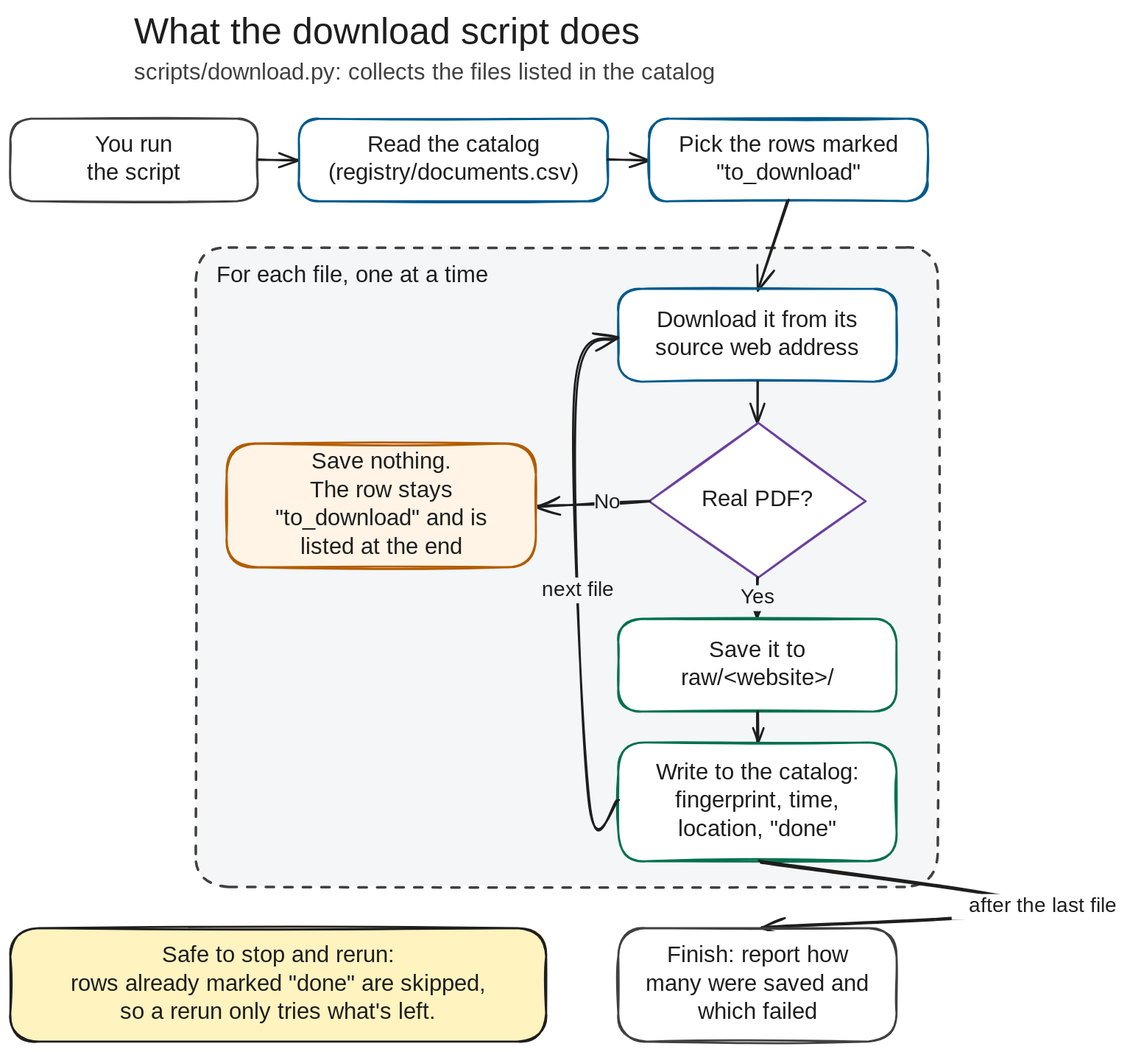
The Excalidraw diagram docs/diagrams/download-script.excalidraw.svg in alemarieceria/jbphh-dw-archive-pipeline, before a commit. Source tidied: one line per element, renumbered; positions are measured from the earlier drawing's top-left corner, leaving out a move shared by most shapes.
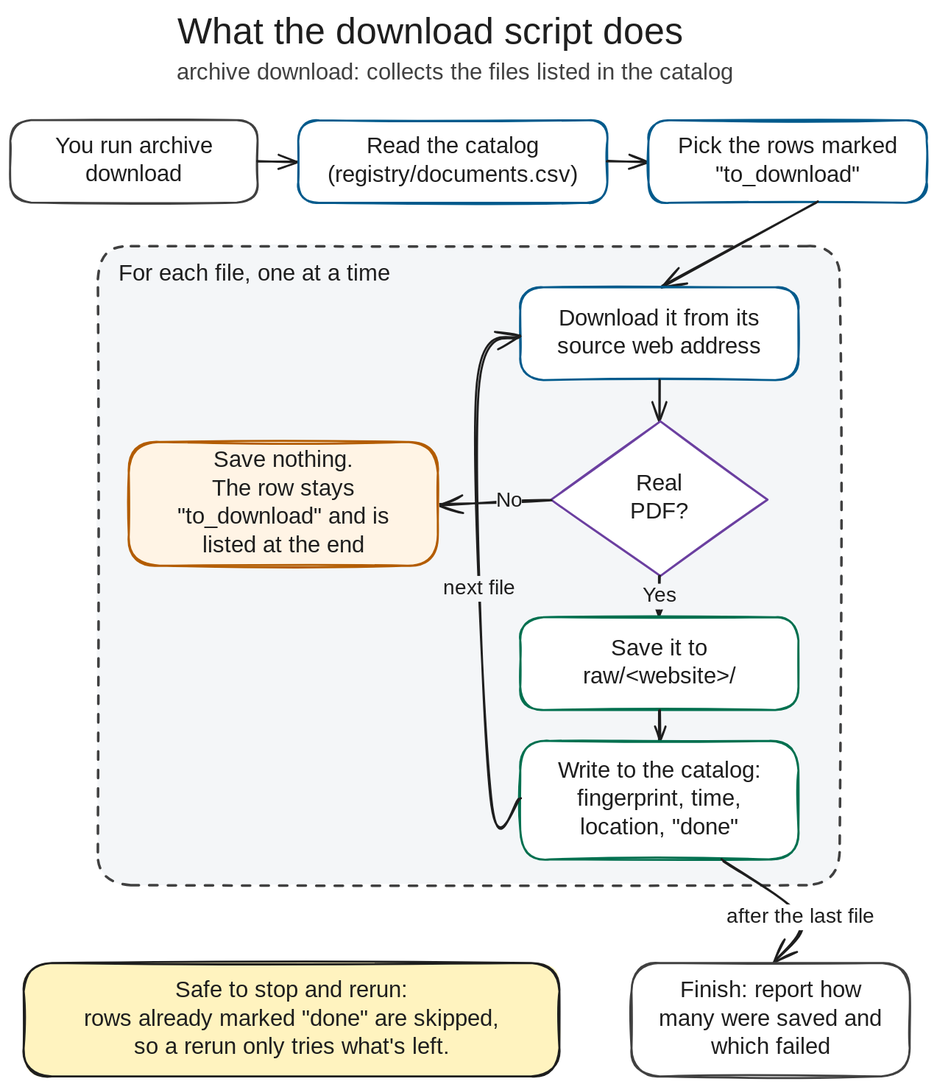
Later version of the same file.

Commit message:
docs: point the docs at the archive command

What changed in the source:
```diff
@@ -1,37 +1,37 @@
-{"id": 0, "type": "text", "text": "What the download script does", "strokeColor": "#1e1e1e", "strokeWidth": 2, "roughness": 1, "fontSize": 36, "fontFamily": 5, "x": 120, "y": 0, "width": 574, "height": 45}
+{"id": 0, "type": "text", "text": "What the download script does", "strokeColor": "#1e1e1e", "strokeWidth": 2, "roughness": 1, "fontSize": 36, "fontFamily": 5, "x": 133, "y": -2, "width": 574, "height": 45}
-{"id": 1, "type": "text", "text": "scripts/download.py: collects the files listed in the catalog", "strokeColor": "#404040", "strokeWidth": 2, "roughness": 1, "fontSize": 22, "fontFamily": 5, "x": 120, "y": 48, "width": 738, "height": 28}
+{"id": 1, "type": "text", "text": "archive download: collects the files listed in the catalog", "strokeColor": "#404040", "strokeWidth": 2, "roughness": 1, "fontSize": 22, "fontFamily": 5, "x": 133, "y": 46, "width": 602, "height": 28}
-{"id": 2, "type": "rectangle", "strokeColor": "#404040", "backgroundColor": "#ffffff", "fillStyle": "solid", "strokeWidth": 2, "roughness": 1, "round": true, "x": 0, "y": 105, "width": 240, "height": 80}
+{"id": 2, "type": "rectangle", "strokeColor": "#404040", "backgroundColor": "#ffffff", "fillStyle": "solid", "strokeWidth": 2, "roughness": 1, "round": true, "x": -28, "y": 105, "width": 240, "height": 80}
-{"id": 3, "type": "text", "text": "You run\nthe script", "strokeColor": "#1e1e1e", "strokeWidth": 2, "roughness": 1, "fontSize": 22, "fontFamily": 5, "textAlign": "center", "verticalAlign": "middle", "inside": 2, "x": 60, "y": 118, "width": 121, "height": 55}
+{"id": 3, "type": "text", "text": "You run archive\ndownload", "strokeColor": "#1e1e1e", "strokeWidth": 2, "roughness": 1, "fontSize": 22, "fontFamily": 5, "textAlign": "center", "verticalAlign": "middle", "inside": 2, "x": 11, "y": 117, "width": 161, "height": 55}
-{"id": 4, "type": "arrow", "strokeColor": "#1e1e1e", "strokeWidth": 2, "roughness": 1, "endArrowhead": "arrow", "round": true, "x": 240, "y": 145, "width": 40, "height": 0, "points": [[0, 0], [40, 0]]}
+{"id": 4, "type": "arrow", "strokeColor": "#1e1e1e", "strokeWidth": 2, "roughness": 1, "endArrowhead": "arrow", "round": true, "x": 211, "y": 145, "width": 40, "height": 0, "points": [[0, 0], [40, 0]]}
-{"id": 5, "type": "rectangle", "strokeColor": "#005a8c", "backgroundColor": "#ffffff", "fillStyle": "solid", "strokeWidth": 2, "roughness": 1, "round": true, "x": 280, "y": 105, "width": 300, "height": 80}
+{"id": 5, "type": "rectangle", "strokeColor": "#005a8c", "backgroundColor": "#ffffff", "fillStyle": "solid", "strokeWidth": 2, "roughness": 1, "round": true, "x": 251, "y": 105, "width": 300, "height": 80}
-{"id": 6, "type": "text", "text": "Read the catalog\n(registry/documents.csv)", "strokeColor": "#1e1e1e", "strokeWidth": 2, "roughness": 1, "fontSize": 22, "fontFamily": 5, "textAlign": "center", "verticalAlign": "middle", "inside": 5, "x": 285, "y": 118, "width": 290, "height": 55}
+{"id": 6, "type": "text", "text": "Read the catalog\n(registry/documents.csv)", "strokeColor": "#1e1e1e", "strokeWidth": 2, "roughness": 1, "fontSize": 22, "fontFamily": 5, "textAlign": "center", "verticalAlign": "middle", "inside": 5, "x": 269, "y": 117, "width": 265, "height": 55}
-{"id": 7, "type": "arrow", "strokeColor": "#1e1e1e", "strokeWidth": 2, "roughness": 1, "endArrowhead": "arrow", "round": true, "x": 580, "y": 145, "width": 40, "height": 0, "points": [[0, 0], [40, 0]]}
+{"id": 7, "type": "arrow", "strokeColor": "#1e1e1e", "strokeWidth": 2, "roughness": 1, "endArrowhead": "arrow", "round": true, "x": 551, "y": 145, "width": 40, "height": 0, "points": [[0, 0], [40, 0]]}
-{"id": 8, "type": "rectangle", "strokeColor": "#005a8c", "backgroundColor": "#ffffff", "fillStyle": "solid", "strokeWidth": 2, "roughness": 1, "round": true, "x": 620, "y": 105, "width": 270, "height": 80}
+{"id": 8, "type": "rectangle", "strokeColor": "#005a8c", "backgroundColor": "#ffffff", "fillStyle": "solid", "strokeWidth": 2, "roughness": 1, "round": true, "x": 591, "y": 105, "width": 270, "height": 80}
-{"id": 9, "type": "text", "text": "Pick the rows marked\n\"to_download\"", "strokeColor": "#1e1e1e", "strokeWidth": 2, "roughness": 1, "fontSize": 22, "fontFamily": 5, "textAlign": "center", "verticalAlign": "middle", "inside": 8, "x": 634, "y": 118, "width": 242, "height": 55}
+{"id": 9, "type": "text", "text": "Pick the rows marked\n\"to_download\"", "strokeColor": "#1e1e1e", "strokeWidth": 2, "roughness": 1, "fontSize": 22, "fontFamily": 5, "textAlign": "center", "verticalAlign": "middle", "inside": 8, "x": 612, "y": 117, "width": 229, "height": 55}
-{"id": 10, "type": "rectangle", "strokeColor": "#404040", "backgroundColor": "#f4f6f8", "fillStyle": "solid", "strokeWidth": 2, "strokeStyle": "dashed", "roughness": 1, "round": true, "x": 180, "y": 230, "width": 720, "height": 620}
+{"id": 10, "type": "rectangle", "strokeColor": "#404040", "backgroundColor": "#f4f6f8", "fillStyle": "solid", "strokeWidth": 2, "strokeStyle": "dashed", "roughness": 1, "round": true, "x": 57, "y": 227, "width": 720, "height": 620}
-{"id": 11, "type": "text", "text": "For each file, one at a time", "strokeColor": "#1e1e1e", "strokeWidth": 2, "roughness": 1, "fontSize": 22, "fontFamily": 5, "x": 200, "y": 244, "width": 339, "height": 28}
+{"id": 11, "type": "text", "text": "For each file, one at a time", "strokeColor": "#1e1e1e", "strokeWidth": 2, "roughness": 1, "fontSize": 22, "fontFamily": 5, "x": 77, "y": 241, "width": 339, "height": 28}
-{"id": 12, "type": "arrow", "strokeColor": "#1e1e1e", "strokeWidth": 2, "roughness": 1, "endArrowhead": "arrow", "round": true, "x": 755, "y": 185, "width": 30, "height": 85, "points": [[0, 0], [-30, 85]]}
+{"id": 12, "type": "arrow", "strokeColor": "#1e1e1e", "strokeWidth": 2, "roughness": 1, "endArrowhead": "arrow", "round": true, "from": 8, "to": 13, "x": 755, "y": 185, "width": 152, "height": 80, "points": [[0, 0], [-152, 80]]}
-{"id": 13, "type": "rectangle", "strokeColor": "#005a8c", "backgroundColor": "#ffffff", "fillStyle": "solid", "strokeWidth": 2, "roughness": 1, "round": true, "x": 590, "y": 270, "width": 270, "height": 90}
+{"id": 13, "type": "rectangle", "strokeColor": "#005a8c", "backgroundColor": "#ffffff", "fillStyle": "solid", "strokeWidth": 2, "roughness": 1, "round": true, "x": 467, "y": 267, "width": 270, "height": 90}
-{"id": 14, "type": "text", "text": "Download it from its\nsource web address", "strokeColor": "#1e1e1e", "strokeWidth": 2, "roughness": 1, "fontSize": 22, "fontFamily": 5, "textAlign": "center", "verticalAlign": "middle", "inside": 13, "x": 604, "y": 288, "width": 242, "height": 55}
+{"id": 14, "type": "text", "text": "Download it from its\nsource web address", "strokeColor": "#1e1e1e", "strokeWidth": 2, "roughness": 1, "fontSize": 22, "fontFamily": 5, "textAlign": "center", "verticalAlign": "middle", "inside": 13, "x": 490, "y": 284, "width": 223, "height": 55}
-{"id": 15, "type": "arrow", "strokeColor": "#1e1e1e", "strokeWidth": 2, "roughness": 1, "endArrowhead": "arrow", "round": true, "x": 725, "y": 360, "width": 0, "height": 40, "points": [[0, 0], [0, 40]]}
+{"id": 15, "type": "arrow", "strokeColor": "#1e1e1e", "strokeWidth": 2, "roughness": 1, "endArrowhead": "arrow", "round": true, "x": 602, "y": 357, "width": 0, "height": 40, "points": [[0, 0], [0, 40]]}
-{"id": 16, "type": "diamond", "strokeColor": "#6b3fa0", "backgroundColor": "#ffffff", "fillStyle": "solid", "strokeWidth": 2, "roughness": 1, "x": 620, "y": 400, "width": 210, "height": 150}
+{"id": 16, "type": "diamond", "strokeColor": "#6b3fa0", "backgroundColor": "#ffffff", "fillStyle": "solid", "strokeWidth": 2, "roughness": 1, "x": 497, "y": 397, "width": 210, "height": 150}
-{"id": 17, "type": "text", "text": "Real PDF?", "strokeColor": "#1e1e1e", "strokeWidth": 2, "roughness": 1, "fontSize": 22, "fontFamily": 5, "textAlign": "center", "verticalAlign": "middle", "inside": 16, "x": 671, "y": 461, "width": 109, "height": 28}
+{"id": 17, "type": "text", "text": "Real\nPDF?", "strokeColor": "#1e1e1e", "strokeWidth": 2, "roughness": 1, "fontSize": 22, "fontFamily": 5, "textAlign": "center", "verticalAlign": "middle", "inside": 16, "x": 573, "y": 444, "width": 57, "height": 55}
-{"id": 18, "type": "arrow", "strokeColor": "#1e1e1e", "strokeWidth": 2, "roughness": 1, "endArrowhead": "arrow", "round": true, "from": 16, "to": 20, "x": 620, "y": 475, "width": 110, "height": 5, "points": [[0, 0], [-41, 3], [-110, 5]]}
+{"id": 18, "type": "arrow", "strokeColor": "#1e1e1e", "strokeWidth": 2, "roughness": 1, "endArrowhead": "arrow", "round": true, "from": 16, "to": 20, "x": 496, "y": 472, "width": 109, "height": 4, "points": [[0, 0], [-40, 2], [-109, 4]]}
-{"id": 19, "type": "text", "text": "No", "strokeColor": "#1e1e1e", "strokeWidth": 2, "roughness": 1, "fontSize": 20, "fontFamily": 5, "textAlign": "center", "verticalAlign": "middle", "inside": 18, "x": 554, "y": 465, "width": 25, "height": 25}
+{"id": 19, "type": "text", "text": "No", "strokeColor": "#1e1e1e", "strokeWidth": 2, "roughness": 1, "fontSize": 20, "fontFamily": 5, "textAlign": "center", "verticalAlign": "middle", "inside": 18, "x": 567, "y": 465, "width": 25, "height": 25}
-{"id": 20, "type": "rectangle", "strokeColor": "#b35c00", "backgroundColor": "#fff4e5", "fillStyle": "solid", "strokeWidth": 2, "roughness": 1, "round": true, "x": 210, "y": 420, "width": 300, "height": 120}
+{"id": 20, "type": "rectangle", "strokeColor": "#b35c00", "backgroundColor": "#fff4e5", "fillStyle": "solid", "strokeWidth": 2, "roughness": 1, "round": true, "x": 87, "y": 417, "width": 300, "height": 120}
-{"id": 21, "type": "text", "text": "Save nothing.\nThe row stays\n\"to_download\" and is\nlisted at the end", "strokeColor": "#1e1e1e", "strokeWidth": 2, "roughness": 1, "fontSize": 22, "fontFamily": 5, "textAlign": "center", "verticalAlign": "middle", "inside": 20, "x": 239, "y": 425, "width": 242, "height": 110}
+{"id": 21, "type": "text", "text": "Save nothing.\nThe row stays\n\"to_download\" and is\nlisted at the end", "strokeColor": "#1e1e1e", "strokeWidth": 2, "roughness": 1, "fontSize": 22, "fontFamily": 5, "textAlign": "center", "verticalAlign": "middle", "inside": 20, "x": 123, "y": 422, "width": 226, "height": 110}
-{"id": 22, "type": "arrow", "strokeColor": "#1e1e1e", "strokeWidth": 2, "roughness": 1, "endArrowhead": "arrow", "round": true, "x": 725, "y": 550, "width": 0, "height": 40, "points": [[0, 0], [0, 40]]}
+{"id": 22, "type": "arrow", "strokeColor": "#1e1e1e", "strokeWidth": 2, "roughness": 1, "endArrowhead": "arrow", "round": true, "x": 602, "y": 547, "width": 0, "height": 40, "points": [[0, 0], [0, 40]]}
-{"id": 23, "type": "text", "text": "Yes", "strokeColor": "#1e1e1e", "strokeWidth": 2, "roughness": 1, "fontSize": 20, "fontFamily": 5, "textAlign": "center", "verticalAlign": "middle", "inside": 22, "x": 708, "y": 558, "width": 33, "height": 25}
+{"id": 23, "type": "text", "text": "Yes", "strokeColor": "#1e1e1e", "strokeWidth": 2, "roughness": 1, "fontSize": 20, "fontFamily": 5, "textAlign": "center", "verticalAlign": "middle", "inside": 22, "x": 709, "y": 558, "width": 32, "height": 25}
-{"id": 24, "type": "rectangle", "strokeColor": "#00704f", "backgroundColor": "#ffffff", "fillStyle": "solid", "strokeWidth": 2, "roughness": 1, "round": true, "x": 590, "y": 590, "width": 270, "height": 90}
+{"id": 24, "type": "rectangle", "strokeColor": "#00704f", "backgroundColor": "#ffffff", "fillStyle": "solid", "strokeWidth": 2, "roughness": 1, "round": true, "x": 467, "y": 587, "width": 270, "height": 90}
-{"id": 25, "type": "text", "text": "Save it to\nraw/<website>/", "strokeColor": "#1e1e1e", "strokeWidth": 2, "roughness": 1, "fontSize": 22, "fontFamily": 5, "textAlign": "center", "verticalAlign": "middle", "inside": 24, "x": 640, "y": 608, "width": 169, "height": 55}
+{"id": 25, "type": "text", "text": "Save it to\nraw/<website>/", "strokeColor": "#1e1e1e", "strokeWidth": 2, "roughness": 1, "fontSize": 22, "fontFamily": 5, "textAlign": "center", "verticalAlign": "middle", "inside": 24, "x": 519, "y": 604, "width": 166, "height": 55}
-{"id": 26, "type": "arrow", "strokeColor": "#1e1e1e", "strokeWidth": 2, "roughness": 1, "endArrowhead": "arrow", "round": true, "x": 725, "y": 680, "width": 0, "height": 30, "points": [[0, 0], [0, 30]]}
+{"id": 26, "type": "arrow", "strokeColor": "#1e1e1e", "strokeWidth": 2, "roughness": 1, "endArrowhead": "arrow", "round": true, "x": 602, "y": 677, "width": 0, "height": 30, "points": [[0, 0], [0, 30]]}
-{"id": 27, "type": "rectangle", "strokeColor": "#00704f", "backgroundColor": "#ffffff", "fillStyle": "solid", "strokeWidth": 2, "roughness": 1, "round": true, "x": 590, "y": 710, "width": 270, "height": 115}
+{"id": 27, "type": "rectangle", "strokeColor": "#00704f", "backgroundColor": "#ffffff", "fillStyle": "solid", "strokeWidth": 2, "roughness": 1, "round": true, "x": 467, "y": 707, "width": 270, "height": 115}
-{"id": 28, "type": "text", "text": "Write to the catalog:\nfingerprint, time,\nlocation, \"done\"", "strokeColor": "#1e1e1e", "strokeWidth": 2, "roughness": 1, "fontSize": 22, "fontFamily": 5, "textAlign": "center", "verticalAlign": "middle", "inside": 27, "x": 611, "y": 726, "width": 229, "height": 82}
+{"id": 28, "type": "text", "text": "Write to the catalog:\nfingerprint, time,\nlocation, \"done\"", "strokeColor": "#1e1e1e", "strokeWidth": 2, "roughness": 1, "fontSize": 22, "fontFamily": 5, "textAlign": "center", "verticalAlign": "middle", "inside": 27, "x": 487, "y": 723, "width": 229, "height": 82}
-{"id": 29, "type": "arrow", "strokeColor": "#1e1e1e", "strokeWidth": 2, "roughness": 1, "endArrowhead": "arrow", "round": true, "from": 27, "to": 13, "x": 589, "y": 765, "width": 41, "height": 449, "points": [[0, 0], [-27, 0], [-41, -393], [0, -449]]}
+{"id": 29, "type": "arrow", "strokeColor": "#1e1e1e", "strokeWidth": 2, "roughness": 1, "endArrowhead": "arrow", "round": true, "from": 27, "to": 13, "x": 466, "y": 762, "width": 41, "height": 449, "points": [[0, 0], [-27, 0], [-41, -393], [0, -449]]}
-{"id": 30, "type": "text", "text": "next file", "strokeColor": "#1e1e1e", "strokeWidth": 2, "roughness": 1, "fontSize": 20, "fontFamily": 5, "textAlign": "center", "verticalAlign": "middle", "inside": 29, "x": 500, "y": 528, "width": 82, "height": 25}
+{"id": 30, "type": "text", "text": "next file", "strokeColor": "#1e1e1e", "strokeWidth": 2, "roughness": 1, "fontSize": 20, "fontFamily": 5, "textAlign": "center", "verticalAlign": "middle", "inside": 29, "x": 509, "y": 550, "width": 82, "height": 25}
-{"id": 31, "type": "arrow", "strokeColor": "#1e1e1e", "strokeWidth": 2, "roughness": 1, "endArrowhead": "arrow", "round": true, "from": 27, "to": 33, "x": 727, "y": 825, "width": 275, "height": 64, "points": [[0, 0], [275, 44], [2, 64]]}
+{"id": 31, "type": "arrow", "strokeColor": "#1e1e1e", "strokeWidth": 2, "roughness": 1, "endArrowhead": "arrow", "round": true, "from": 27, "to": 33, "x": 663, "y": 822, "width": 76, "height": 99, "points": [[0, 0], [76, 56], [50, 99]]}
-{"id": 32, "type": "text", "text": "after the last file", "strokeColor": "#1e1e1e", "strokeWidth": 2, "roughness": 1, "fontSize": 20, "fontFamily": 5, "textAlign": "center", "verticalAlign": "middle", "inside": 31, "x": 883, "y": 855, "width": 177, "height": 25}
+{"id": 32, "type": "text", "text": "after the last file", "strokeColor": "#1e1e1e", "strokeWidth": 2, "roughness": 1, "fontSize": 20, "fontFamily": 5, "textAlign": "center", "verticalAlign": "middle", "inside": 31, "x": 914, "y": 857, "width": 177, "height": 25}
-{"id": 33, "type": "rectangle", "strokeColor": "#404040", "backgroundColor": "#ffffff", "fillStyle": "solid", "strokeWidth": 2, "roughness": 1, "round": true, "x": 590, "y": 890, "width": 270, "height": 110}
+{"id": 33, "type": "rectangle", "strokeColor": "#404040", "backgroundColor": "#ffffff", "fillStyle": "solid", "strokeWidth": 2, "roughness": 1, "round": true, "x": 575, "y": 922, "width": 270, "height": 110}
-{"id": 34, "type": "text", "text": "Finish: report how\nmany were saved and\nwhich failed", "strokeColor": "#1e1e1e", "strokeWidth": 2, "roughness": 1, "fontSize": 22, "fontFamily": 5, "textAlign": "center", "verticalAlign": "middle", "inside": 33, "x": 613, "y": 904, "width": 223, "height": 82}
+{"id": 34, "type": "text", "text": "Finish: report how\nmany were saved and\nwhich failed", "strokeColor": "#1e1e1e", "strokeWidth": 2, "roughness": 1, "fontSize": 22, "fontFamily": 5, "textAlign": "center", "verticalAlign": "middle", "inside": 33, "x": 598, "y": 936, "width": 223, "height": 82}
-{"id": 35, "type": "rectangle", "strokeColor": "#1e1e1e", "backgroundColor": "#fff3bf", "fillStyle": "solid", "strokeWidth": 2, "roughness": 1, "round": true, "x": 0, "y": 890, "width": 520, "height": 110}
+{"id": 35, "type": "rectangle", "strokeColor": "#1e1e1e", "backgroundColor": "#fff3bf", "fillStyle": "solid", "strokeWidth": 2, "roughness": 1, "round": true, "x": -15, "y": 922, "width": 520, "height": 110}
-{"id": 36, "type": "text", "text": "Safe to stop and rerun:\nrows already marked \"done\" are skipped,\nso a rerun only tries what's left.", "strokeColor": "#1e1e1e", "strokeWidth": 2, "roughness": 1, "fontSize": 22, "fontFamily": 5, "textAlign": "center", "verticalAlign": "middle", "inside": 35, "x": 24, "y": 904, "width": 472, "height": 82}
+{"id": 36, "type": "text", "text": "Safe to stop and rerun:\nrows already marked \"done\" are skipped,\nso a rerun only tries what's left.", "strokeColor": "#1e1e1e", "strokeWidth": 2, "roughness": 1, "fontSize": 22, "fontFamily": 5, "textAlign": "center", "verticalAlign": "middle", "inside": 35, "x": 33, "y": 936, "width": 424, "height": 82}
```
